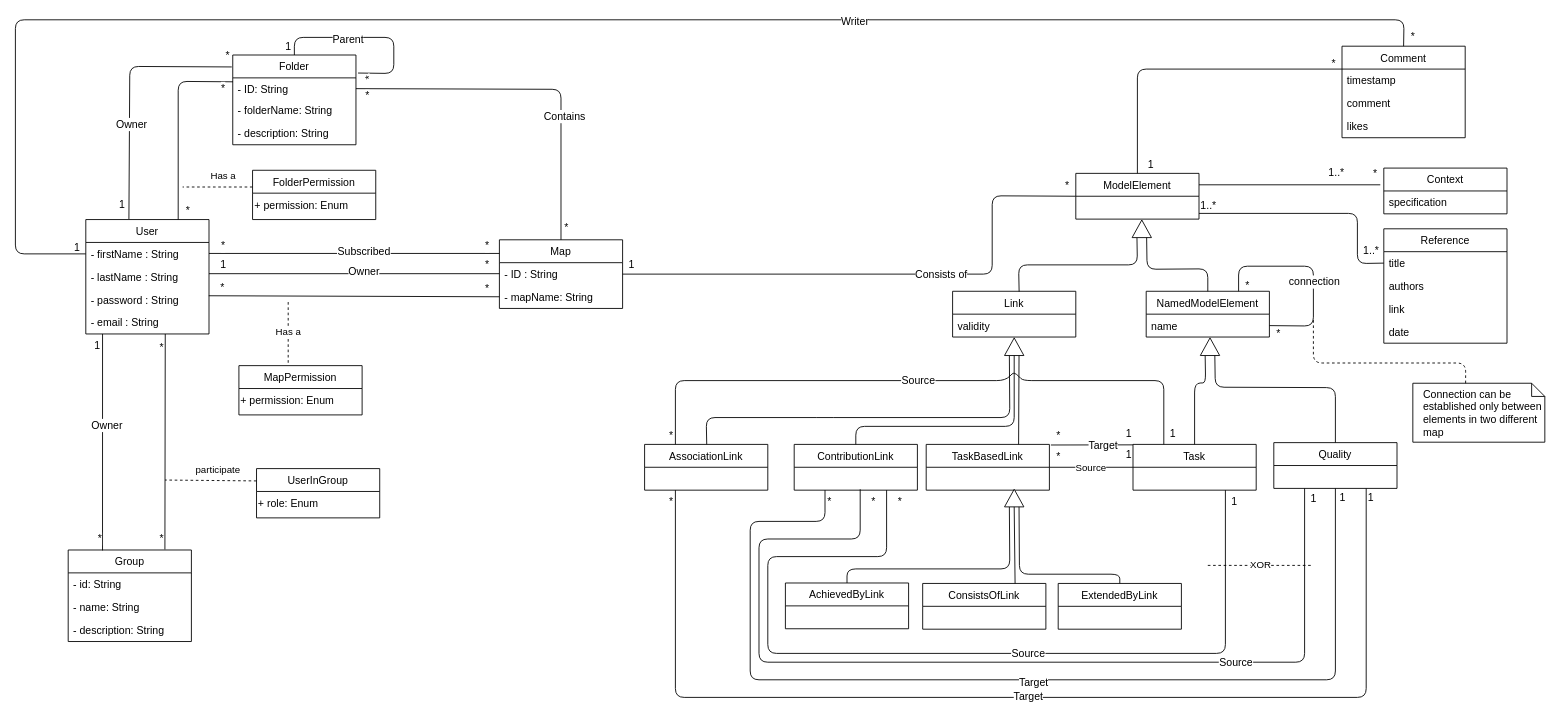
This is Untitled Diagram.drawio from ilayFriedman/finalProject, a draw.io file, before an edit. Source tidied: cells renumbered, new cells numbered last; positions are measured from the earlier drawing's top-left corner, leaving out a move shared by most shapes. Both pictures are drawn from the tidied source at 88%, with x=0, y=0 at pixel (15, 19).
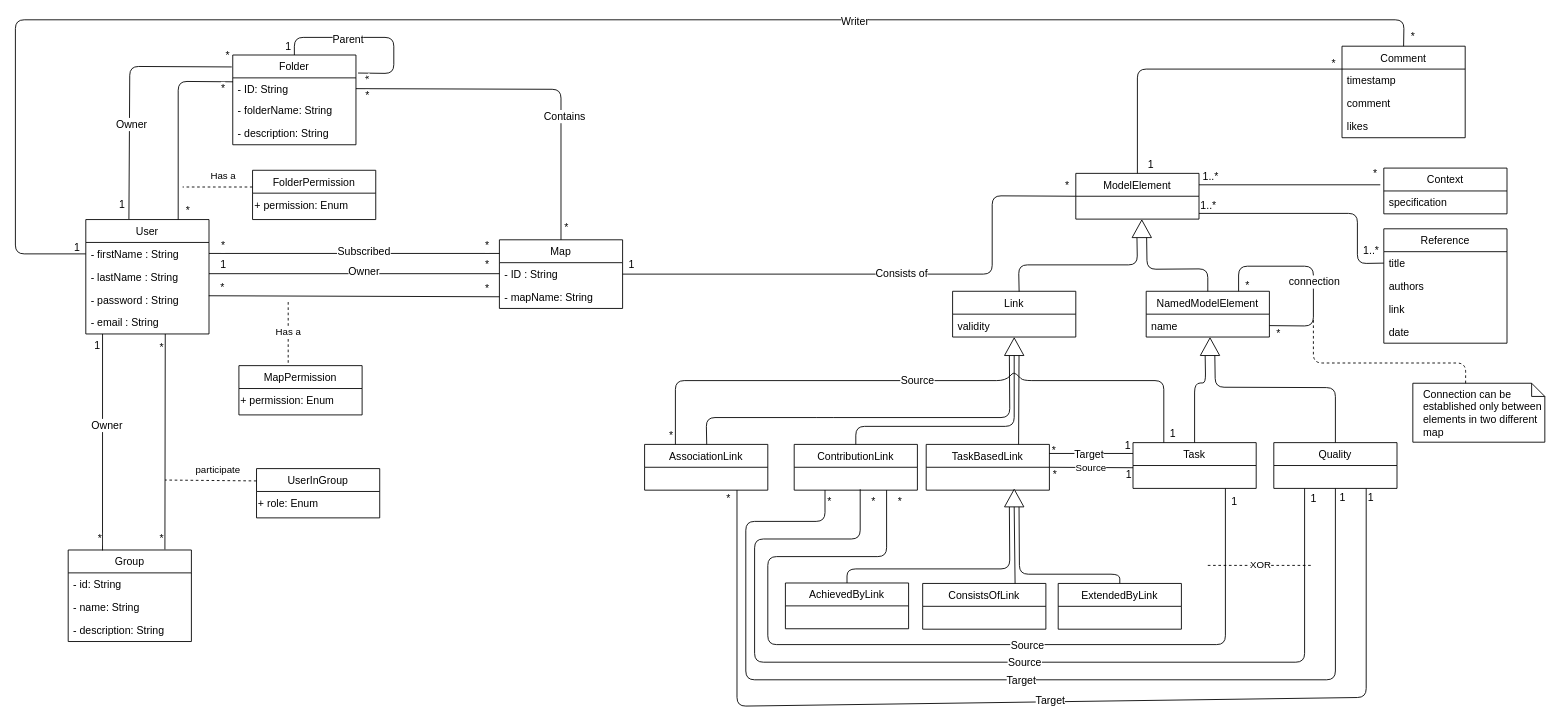
The same page after the edit.

Unchanged cells that the change refers to:
```xml
<mxCell id="74" value="TaskBasedLink" style="swimlane;fontStyle=0;horizontal=1;startSize=26;fillColor=none;" parent="1" vertex="1">
  <mxGeometry x="1035" y="482.5" width="140" height="52" as="geometry" />
</mxCell>
<mxCell id="76" value="Quality" style="swimlane;fontStyle=0;horizontal=1;startSize=26;fillColor=none;" parent="1" vertex="1">
  <mxGeometry x="1430" y="480.5" width="140" height="52" as="geometry" />
</mxCell>
<mxCell id="85" value="AssociationLink" style="swimlane;fontStyle=0;horizontal=1;startSize=26;fillColor=none;" parent="1" vertex="1">
  <mxGeometry x="715" y="482.5" width="140" height="52" as="geometry" />
</mxCell>
<mxCell id="86" value="ContributionLink" style="swimlane;fontStyle=0;horizontal=1;startSize=26;fillColor=none;" parent="1" vertex="1">
  <mxGeometry x="885" y="482.5" width="140" height="52" as="geometry" />
</mxCell>
<mxCell id="130" style="endArrow=none;html=1;exitX=1;exitY=0.5;exitDx=0;exitDy=0;entryX=0;entryY=0.5;entryDx=0;entryDy=0;" parent="1" edge="1" source="8" target="42">
  <mxGeometry relative="1" as="geometry">
    <Array as="points">
      <mxPoint x="1110" y="289" />
      <mxPoint x="1110" y="200" />
    </Array>
  </mxGeometry>
</mxCell>
```

The edit, as a diff of the source:
```diff
@@
     <mxCell id="75" value="Task" style="swimlane;fontStyle=0;horizontal=1;startSize=26;fillColor=none;" parent="1" vertex="1">
-      <mxGeometry x="1270" y="482.5" width="140" height="52" as="geometry" />
+      <mxGeometry x="1270" y="480.5" width="140" height="52" as="geometry" />
     </mxCell>
@@
-    <mxCell id="95" style="endArrow=none;html=1;exitX=0;exitY=0.01;exitDx=0;exitDy=0;exitPerimeter=0;entryX=1.012;entryY=0.013;entryDx=0;entryDy=0;entryPerimeter=0;" parent="1" edge="1" source="75" target="74">
-      <mxGeometry relative="1" as="geometry" />
+    <mxCell id="95" style="endArrow=none;html=1;entryX=0.998;entryY=0.275;entryDx=0;entryDy=0;entryPerimeter=0;exitX=0;exitY=0.313;exitDx=0;exitDy=0;exitPerimeter=0;" parent="1" edge="1">
+      <mxGeometry relative="1" as="geometry">
+        <mxPoint x="1270" y="492.8" as="sourcePoint" />
+        <mxPoint x="1174.7" y="492.8" as="targetPoint" />
+      </mxGeometry>
     </mxCell>
     <mxCell id="96" value="Target" style="text;html=1;align=center;verticalAlign=middle;labelBackgroundColor=#ffffff;" parent="95" vertex="1">
-      <mxGeometry x="-0.25" relative="1" as="geometry" />
+      <mxGeometry x="-0.25" relative="1" as="geometry">
+        <mxPoint x="-14.2" y="0.7" as="offset" />
+      </mxGeometry>
     </mxCell>
-    <mxCell id="97" value="Source" style="endArrow=none;html=1;entryX=1;entryY=0.5;entryDx=0;entryDy=0;exitX=0;exitY=0.5;exitDx=0;exitDy=0;" parent="1" edge="1" source="75" target="74">
-      <mxGeometry relative="1" as="geometry" />
+    <mxCell id="97" value="Source" style="endArrow=none;html=1;entryX=1;entryY=0.5;entryDx=0;entryDy=0;" parent="1" edge="1" target="74">
+      <mxGeometry relative="1" as="geometry">
+        <mxPoint x="1270" y="509" as="sourcePoint" />
+      </mxGeometry>
     </mxCell>
@@
-    <mxCell id="101" style="endArrow=none;html=1;entryX=0.25;entryY=1;entryDx=0;entryDy=0;exitX=0.75;exitY=1;exitDx=0;exitDy=0;" parent="1" edge="1" source="76" target="85">
+    <mxCell id="101" style="endArrow=none;html=1;exitX=0.75;exitY=1;exitDx=0;exitDy=0;entryX=0.75;entryY=1;entryDx=0;entryDy=0;" parent="1" edge="1" source="76" target="85">
       <mxGeometry relative="1" as="geometry">
         <Array as="points">
           <mxPoint x="1535" y="770" />
-          <mxPoint x="750" y="770" />
+          <mxPoint x="820" y="780" />
         </Array>
       </mxGeometry>
     </mxCell>
     <mxCell id="102" value="Target" style="text;html=1;align=center;verticalAlign=middle;labelBackgroundColor=#ffffff;" parent="101" vertex="1">
       <mxGeometry x="-0.01" y="-1" relative="1" as="geometry">
-        <mxPoint x="1" as="offset" />
+        <mxPoint x="-4" as="offset" />
       </mxGeometry>
     </mxCell>
     <mxCell id="103" style="endArrow=none;html=1;entryX=0.25;entryY=1;entryDx=0;entryDy=0;exitX=0.5;exitY=1;exitDx=0;exitDy=0;" parent="1" edge="1" source="76" target="86">
       <mxGeometry relative="1" as="geometry">
         <Array as="points">
           <mxPoint x="1500" y="750" />
-          <mxPoint x="835" y="750" />
-          <mxPoint x="835" y="570" />
+          <mxPoint x="830" y="750" />
+          <mxPoint x="830" y="570" />
           <mxPoint x="920" y="570" />
         </Array>
       </mxGeometry>
     </mxCell>
     <mxCell id="104" value="Target" style="text;html=1;align=center;verticalAlign=middle;labelBackgroundColor=#ffffff;" parent="103" vertex="1">
       <mxGeometry x="-0.05" y="2" relative="1" as="geometry">
-        <mxPoint x="1" as="offset" />
+        <mxPoint x="-8" y="-2" as="offset" />
       </mxGeometry>
     </mxCell>
     <mxCell id="105" style="endArrow=none;html=1;entryX=0.25;entryY=1;entryDx=0;entryDy=0;exitX=0.25;exitY=1;exitDx=0;exitDy=0;" parent="1" edge="1" source="76">
       <mxGeometry relative="1" as="geometry">
         <mxPoint x="960" y="533.5" as="targetPoint" />
         <Array as="points">
           <mxPoint x="1465" y="730" />
-          <mxPoint x="845" y="730" />
-          <mxPoint x="845" y="590" />
+          <mxPoint x="840" y="730" />
+          <mxPoint x="840" y="590" />
           <mxPoint x="960" y="590" />
         </Array>
       </mxGeometry>
     </mxCell>
     <mxCell id="106" value="Source" style="text;html=1;align=center;verticalAlign=middle;labelBackgroundColor=#ffffff;" parent="105" vertex="1">
       <mxGeometry x="-0.65" y="-79" relative="1" as="geometry">
-        <mxPoint x="-78" y="79" as="offset" />
+        <mxPoint x="-316.9" y="79" as="offset" />
       </mxGeometry>
     </mxCell>
     <mxCell id="107" style="endArrow=none;html=1;entryX=0.75;entryY=1;entryDx=0;entryDy=0;exitX=0.75;exitY=1;exitDx=0;exitDy=0;" parent="1" edge="1" source="86" target="75">
       <mxGeometry relative="1" as="geometry">
         <Array as="points">
           <mxPoint x="990" y="610" />
           <mxPoint x="855" y="610" />
-          <mxPoint x="855" y="720" />
-          <mxPoint x="1375" y="720" />
+          <mxPoint x="855" y="710" />
+          <mxPoint x="1375" y="710" />
         </Array>
       </mxGeometry>
     </mxCell>
@@
-    <mxCell id="111" value="1..*" style="text;html=1;align=center;verticalAlign=middle;labelBackgroundColor=#ffffff;" parent="1" vertex="1">
-      <mxGeometry x="243" y="302.5" as="geometry">
-        <mxPoint x="1257" y="-129.5" as="offset" />
-      </mxGeometry>
-    </mxCell>
@@
     <mxCell id="115" value="*" style="text;html=1;align=center;verticalAlign=middle;" parent="1" vertex="1">
-      <mxGeometry x="1175" y="462.5" width="20" height="20" as="geometry" />
+      <mxGeometry x="1170" y="480" width="20" height="20" as="geometry" />
     </mxCell>
     <mxCell id="116" value="1" style="text;html=1;align=center;verticalAlign=middle;" parent="1" vertex="1">
-      <mxGeometry x="1255" y="460.5" width="20" height="20" as="geometry" />
+      <mxGeometry x="1254" y="474" width="20" height="20" as="geometry" />
     </mxCell>
     <mxCell id="117" value="*" style="text;html=1;align=center;verticalAlign=middle;" parent="1" vertex="1">
-      <mxGeometry x="1175" y="486.5" width="20" height="20" as="geometry" />
+      <mxGeometry x="1171" y="507" width="20" height="20" as="geometry" />
     </mxCell>
     <mxCell id="118" value="1" style="text;html=1;align=center;verticalAlign=middle;" parent="1" vertex="1">
-      <mxGeometry x="1255" y="484.5" width="20" height="20" as="geometry" />
+      <mxGeometry x="1255" y="507" width="20" height="20" as="geometry" />
     </mxCell>
@@
     <mxCell id="124" value="*" style="text;html=1;align=center;verticalAlign=middle;" parent="1" vertex="1">
-      <mxGeometry x="735" y="538" width="20" height="20" as="geometry" />
+      <mxGeometry x="800" y="534.5" width="20" height="20" as="geometry" />
     </mxCell>
@@
     <mxCell id="131" value="Consists of" style="text;html=1;align=center;verticalAlign=middle;labelBackgroundColor=#ffffff;" parent="130" vertex="1">
       <mxGeometry x="0.26" relative="1" as="geometry">
-        <mxPoint x="-20" y="0.5" as="offset" />
+        <mxPoint x="-65" y="-1" as="offset" />
       </mxGeometry>
     </mxCell>
@@
+    <mxCell id="111" value="&lt;span style=&quot;background-color: rgb(255 , 255 , 255)&quot;&gt;1..*&lt;/span&gt;" style="text;html=1;align=center;verticalAlign=middle;" parent="1" vertex="1">
+      <mxGeometry x="1342.5" y="168.5" width="30" height="20" as="geometry" />
+    </mxCell>
```
